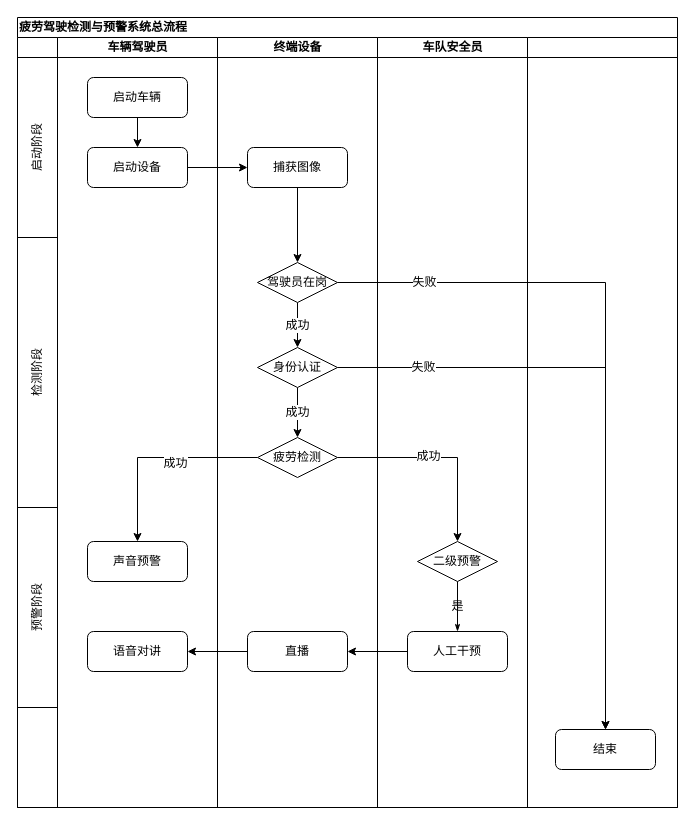
Before: page "总流程" (1 of 2) of 疲劳驾驶检测与预警系统总流程.drawio in Flhawker/Flow, a draw.io diagram. Source tidied: cells renumbered, new cells numbered last; positions are measured from the earlier drawing's top-left corner, leaving out a move shared by most shapes. Both pictures are drawn from the tidied source at 100%, with x=0, y=0 at pixel (17, 17).
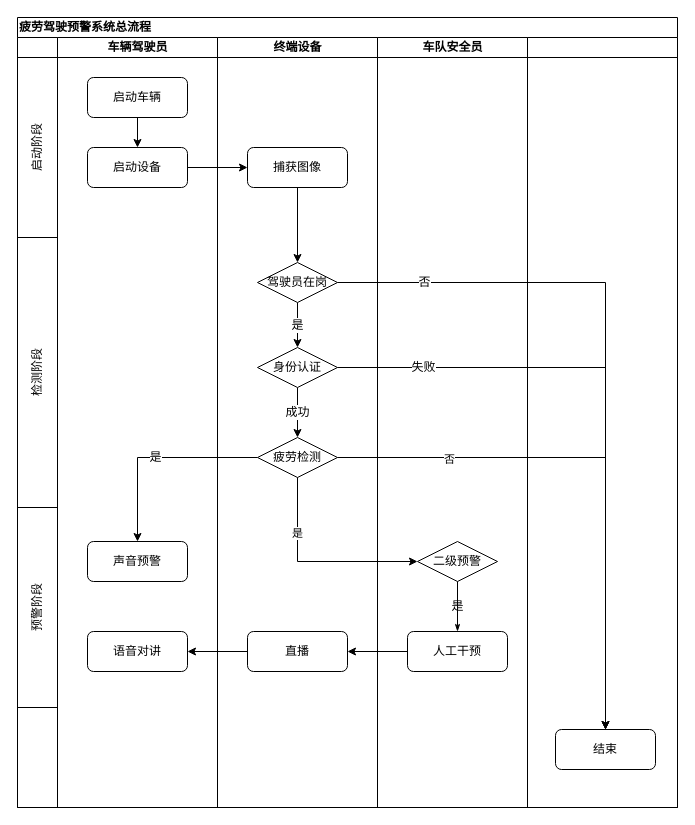
The same page after the edit.

Commit message:
Update 疲劳驾驶检测与预警系统总流程.drawio

Unchanged cells that the change refers to:
```xml
<mxCell id="11" value="声音预警" style="rounded=1;whiteSpace=wrap;html=1;shadow=0;labelBackgroundColor=none;strokeWidth=1;fontFamily=Verdana;fontSize=12;align=center;imageHeight=24;" parent="7" vertex="1">
  <mxGeometry x="30" y="504" width="100" height="40" as="geometry" />
</mxCell>
<mxCell id="13" value="终端设备" style="swimlane;html=1;startSize=20;" parent="2" vertex="1">
  <mxGeometry x="200" y="20" width="160" height="770" as="geometry" />
</mxCell>
<mxCell id="17" value="驾驶员在岗" style="rhombus;whiteSpace=wrap;html=1;rounded=0;shadow=0;labelBackgroundColor=none;strokeWidth=1;fontFamily=Verdana;fontSize=12;align=center;" parent="13" vertex="1">
  <mxGeometry x="40" y="225" width="80" height="40" as="geometry" />
</mxCell>
<mxCell id="19" value="身份认证" style="rhombus;whiteSpace=wrap;html=1;rounded=0;shadow=0;labelBackgroundColor=none;strokeWidth=1;fontFamily=Verdana;fontSize=12;align=center;" parent="13" vertex="1">
  <mxGeometry x="40" y="310" width="80" height="40" as="geometry" />
</mxCell>
<mxCell id="20" value="疲劳检测" style="rhombus;whiteSpace=wrap;html=1;rounded=0;shadow=0;labelBackgroundColor=none;strokeWidth=1;fontFamily=Verdana;fontSize=12;align=center;" parent="13" vertex="1">
  <mxGeometry x="40" y="400" width="80" height="40" as="geometry" />
</mxCell>
<mxCell id="23" value="二级预警" style="rhombus;whiteSpace=wrap;html=1;rounded=0;shadow=0;labelBackgroundColor=none;strokeWidth=1;fontFamily=Verdana;fontSize=12;align=center;" parent="22" vertex="1">
  <mxGeometry x="40" y="504" width="80" height="40" as="geometry" />
</mxCell>
<mxCell id="34" value="结束" style="rounded=1;whiteSpace=wrap;html=1;shadow=0;labelBackgroundColor=none;strokeWidth=1;fontFamily=Verdana;fontSize=12;align=center;imageHeight=24;" parent="33" vertex="1">
  <mxGeometry x="28" y="692" width="100" height="40" as="geometry" />
</mxCell>
<mxCell id="35" style="edgeStyle=orthogonalEdgeStyle;rounded=0;jettySize=auto;html=1;fontFamily=Helvetica;fontSize=12;exitX=1;exitY=0.5;exitDx=0;exitDy=0;" parent="2" edge="1" source="17" target="34">
  <mxGeometry relative="1" as="geometry">
    <Array as="points">
      <mxPoint x="588" y="265" />
    </Array>
  </mxGeometry>
</mxCell>
```

Change to the diagram source:
```diff
@@
-    <mxCell id="2" value="疲劳驾驶检测与预警系统总流程" style="swimlane;html=1;startSize=20;rounded=0;shadow=0;labelBackgroundColor=none;strokeWidth=1;fontFamily=Verdana;fontSize=12;align=left;" parent="1" vertex="1">
+    <mxCell id="2" value="疲劳驾驶预警系统总流程" style="swimlane;html=1;startSize=20;rounded=0;shadow=0;labelBackgroundColor=none;strokeWidth=1;fontFamily=Verdana;fontSize=12;align=left;" parent="1" vertex="1">
       <mxGeometry width="660" height="790" as="geometry" />
     </mxCell>
@@
-    <mxCell id="16" value="成功" style="edgeStyle=orthogonalEdgeStyle;rounded=0;jettySize=auto;html=1;entryX=0.5;entryY=0;entryDx=0;entryDy=0;fontFamily=Helvetica;fontSize=12;" parent="13" edge="1" source="17" target="19">
+    <mxCell id="16" value="是" style="edgeStyle=orthogonalEdgeStyle;rounded=0;jettySize=auto;html=1;entryX=0.5;entryY=0;entryDx=0;entryDy=0;fontFamily=Helvetica;fontSize=12;" parent="13" edge="1" source="17" target="19">
       <mxGeometry relative="1" as="geometry" />
     </mxCell>
@@
-    <mxCell id="27" style="edgeStyle=orthogonalEdgeStyle;rounded=0;jettySize=auto;html=1;exitX=0;exitY=0.5;exitDx=0;exitDy=0;fontFamily=Helvetica;fontSize=12;" parent="2" edge="1" source="20" target="11">
+    <mxCell id="27" value="是" style="edgeStyle=orthogonalEdgeStyle;rounded=0;jettySize=auto;html=1;exitX=0;exitY=0.5;exitDx=0;exitDy=0;fontFamily=Helvetica;fontSize=12;" parent="2" edge="1" source="20" target="11">
       <mxGeometry relative="1" as="geometry" />
     </mxCell>
-    <mxCell id="28" value="成功" style="edgeLabel;html=1;align=center;verticalAlign=middle;fontSize=12;fontFamily=Helvetica;" parent="27" vertex="1">
-      <mxGeometry x="-0.19" y="5" relative="1" as="geometry" />
-    </mxCell>
-    <mxCell id="29" style="edgeStyle=orthogonalEdgeStyle;rounded=0;jettySize=auto;html=1;exitX=1;exitY=0.5;exitDx=0;exitDy=0;entryX=0.5;entryY=0;entryDx=0;entryDy=0;fontFamily=Helvetica;fontSize=12;" parent="2" edge="1" source="20" target="23">
-      <mxGeometry relative="1" as="geometry">
-        <Array as="points">
-          <mxPoint x="440" y="440" />
-        </Array>
-      </mxGeometry>
-    </mxCell>
-    <mxCell id="30" value="成功" style="edgeLabel;html=1;align=center;verticalAlign=middle;fontSize=12;fontFamily=Helvetica;" parent="29" vertex="1">
-      <mxGeometry x="-0.12" y="2" relative="1" as="geometry" />
-    </mxCell>
@@
-    <mxCell id="36" value="失败" style="edgeLabel;html=1;align=center;verticalAlign=middle;fontSize=12;fontFamily=Helvetica;" parent="35" vertex="1">
+    <mxCell id="36" value="否" style="edgeLabel;html=1;align=center;verticalAlign=middle;fontSize=12;fontFamily=Helvetica;" parent="35" vertex="1">
       <mxGeometry x="-0.76" y="1" relative="1" as="geometry" />
     </mxCell>
@@
+    <mxCell id="39" style="edgeStyle=orthogonalEdgeStyle;rounded=0;jettySize=auto;html=1;exitX=1;exitY=0.5;exitDx=0;exitDy=0;entryX=0.5;entryY=0;entryDx=0;entryDy=0;" parent="2" edge="1" source="20" target="34">
+      <mxGeometry relative="1" as="geometry">
+        <Array as="points">
+          <mxPoint x="588" y="440" />
+        </Array>
+      </mxGeometry>
+    </mxCell>
+    <mxCell id="40" value="否" style="edgeLabel;html=1;align=center;verticalAlign=middle;" parent="39" vertex="1">
+      <mxGeometry x="-0.59" y="-1" relative="1" as="geometry" />
+    </mxCell>
+    <mxCell id="29" style="edgeStyle=orthogonalEdgeStyle;rounded=0;jettySize=auto;html=1;exitX=0.5;exitY=1;exitDx=0;exitDy=0;entryX=0;entryY=0.5;entryDx=0;entryDy=0;" parent="2" edge="1" source="20" target="23">
+      <mxGeometry relative="1" as="geometry" />
+    </mxCell>
+    <mxCell id="41" value="是" style="edgeLabel;html=1;align=center;verticalAlign=middle;" parent="29" vertex="1">
+      <mxGeometry x="-0.46" y="-1" relative="1" as="geometry" />
+    </mxCell>
```
